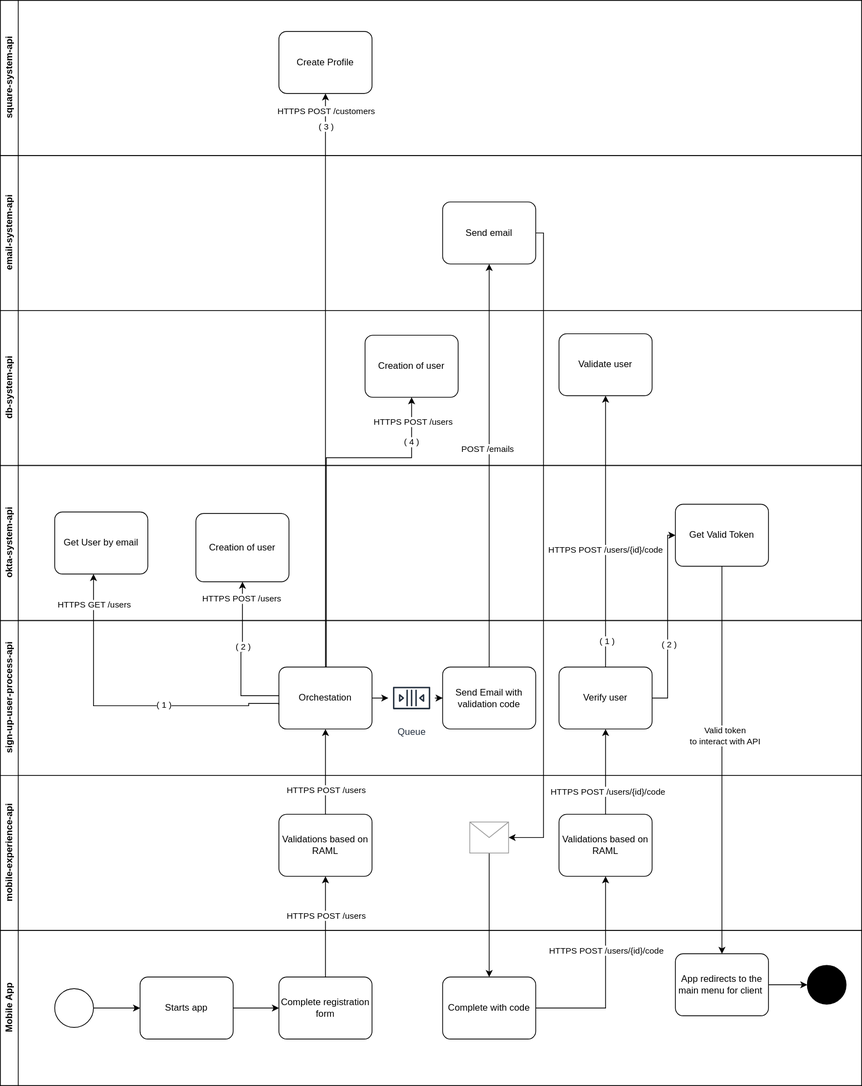
This is architecture/diagrams/use-cases/sign-up-user-use-case.drawio.svg from RideXpress/docs, a draw.io export, as it was before one commit. Source tidied: cells renumbered, new cells last; positions are measured from the earlier drawing's top-left corner, leaving out a move shared by most shapes.
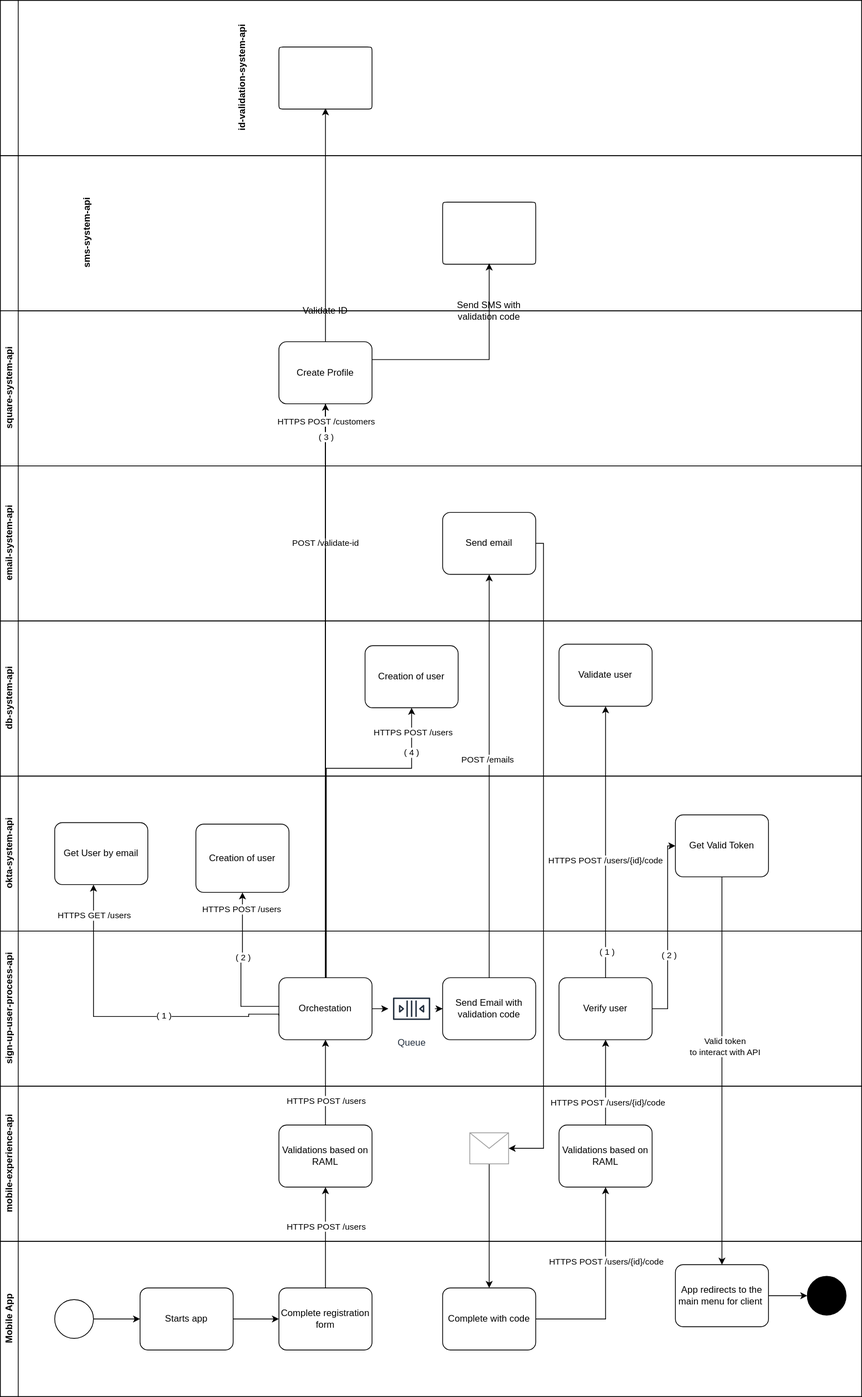
The same file after the commit.

Commit message:
fix: add ID validation and phone validation to user sign-up diagram

Agent-Logs-Url: https://github.com/RideXpress/docs/sessions/b5a9d89b-0d26-492b-88e0-cff3da5344c7

Change to the diagram source:
```diff
@@ -246,5 +246,38 @@
         <mxPoint y="-290" as="offset" />
       </mxGeometry>
     </mxCell>
+    <mxCell id="65" value="sms-system-api" style="swimlane;horizontal=0;whiteSpace=wrap;html=1;" parent="1" vertex="1">
+      <mxGeometry y="-200" width="1110" height="200" as="geometry" />
+    </mxCell>
+    <mxCell id="66" value="Send SMS with validation code" style="points=[[0.25,0,0],[0.5,0,0],[0.75,0,0],[1,0.25,0],[1,0.5,0],[1,0.75,0],[0.75,1,0],[0.5,1,0],[0.25,1,0],[0,0.75,0],[0,0.5,0],[0,0.25,0]];shape=mxgraph.bpmn.task;whiteSpace=wrap;rectStyle=rounded;size=10;html=1;taskMarker=abstract;" parent="65" vertex="1">
+      <mxGeometry x="570" y="60" width="120" height="80" as="geometry" />
+    </mxCell>
+    <mxCell id="67" style="edgeStyle=orthogonalEdgeStyle;rounded=0;jettySize=auto;html=1;exitX=0.5;exitY=0;exitDx=0;exitDy=0;exitPerimeter=0;entryX=0.5;entryY=1;entryDx=0;entryDy=0;entryPerimeter=0;" parent="1" edge="1" source="19" target="66">
+      <mxGeometry relative="1" as="geometry">
+        <Array as="points">
+          <mxPoint x="419" y="63" />
+          <mxPoint x="630" y="63" />
+        </Array>
+      </mxGeometry>
+    </mxCell>
+    <mxCell id="68" value="POST /sms" style="edgeLabel;html=1;align=center;verticalAlign=middle;" parent="67" vertex="1">
+      <mxGeometry x="0.5" relative="1" as="geometry" />
+    </mxCell>
+    <mxCell id="69" value="id-validation-system-api" style="swimlane;horizontal=0;whiteSpace=wrap;html=1;" parent="1" vertex="1">
+      <mxGeometry y="-400" width="1110" height="200" as="geometry" />
+    </mxCell>
+    <mxCell id="70" value="Validate ID" style="points=[[0.25,0,0],[0.5,0,0],[0.75,0,0],[1,0.25,0],[1,0.5,0],[1,0.75,0],[0.75,1,0],[0.5,1,0],[0.25,1,0],[0,0.75,0],[0,0.5,0],[0,0.25,0]];shape=mxgraph.bpmn.task;whiteSpace=wrap;rectStyle=rounded;size=10;html=1;taskMarker=abstract;" parent="69" vertex="1">
+      <mxGeometry x="359" y="60" width="120" height="80" as="geometry" />
+    </mxCell>
+    <mxCell id="71" style="edgeStyle=orthogonalEdgeStyle;rounded=0;jettySize=auto;html=1;exitX=0.5;exitY=0;exitDx=0;exitDy=0;exitPerimeter=0;entryX=0.5;entryY=1;entryDx=0;entryDy=0;entryPerimeter=0;" parent="1" edge="1" source="19" target="70">
+      <mxGeometry relative="1" as="geometry">
+        <Array as="points">
+          <mxPoint x="419" y="-263" />
+        </Array>
+      </mxGeometry>
+    </mxCell>
+    <mxCell id="72" value="POST /validate-id" style="edgeLabel;html=1;align=center;verticalAlign=middle;" parent="71" vertex="1">
+      <mxGeometry x="0.5" relative="1" as="geometry" />
+    </mxCell>
   </root>
 </mxGraphModel>
```
